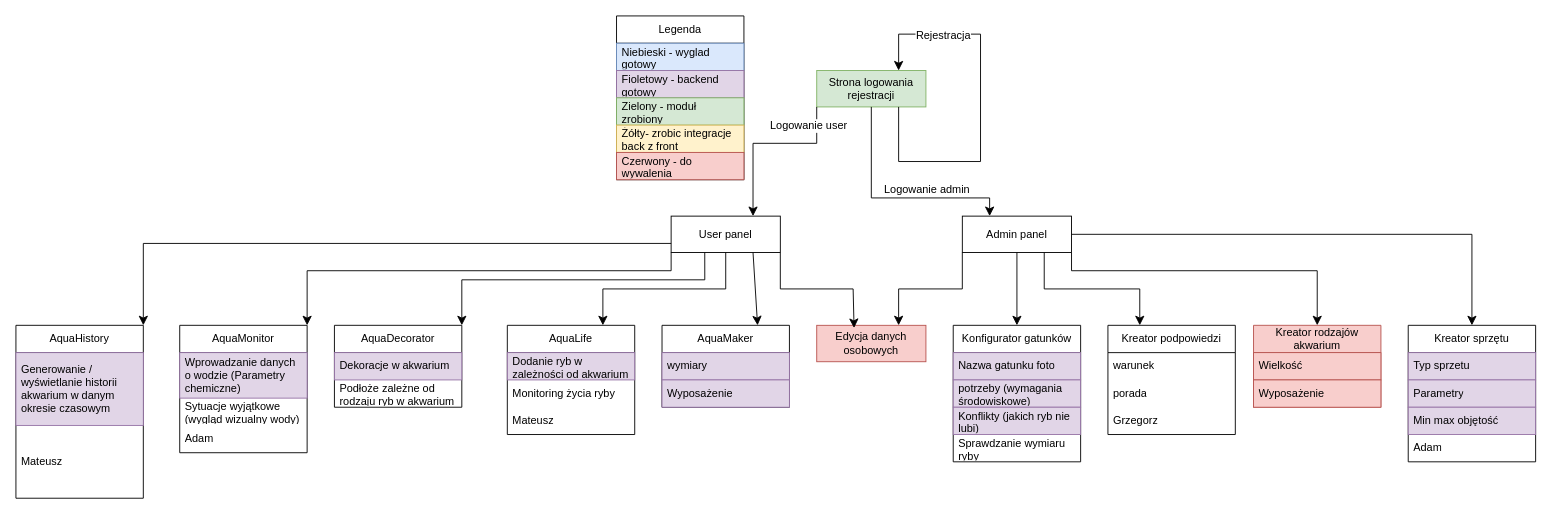
This is Dokumentacja/front flow.drawio from MrGrzesiek/AquaFriends, a draw.io file, before an edit. Source tidied: cells renumbered, new cells numbered last; positions are measured from the earlier drawing's top-left corner, leaving out a move shared by most shapes. Both pictures are drawn from the tidied source at 91%, with x=0, y=0 at pixel (15, 15).
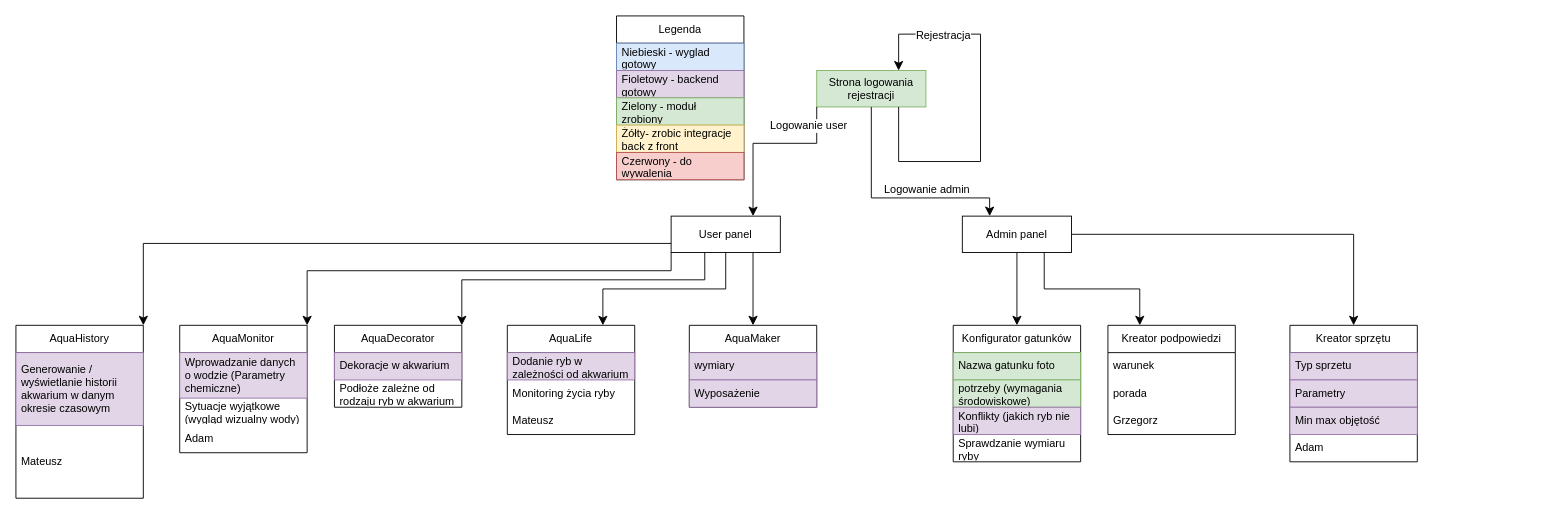
After the change.

The change refers to these unchanged cells:
```xml
<mxCell id="5" value="User panel" style="rounded=0;whiteSpace=wrap;html=1;" parent="1" vertex="1">
  <mxGeometry x="720" y="220" width="120" height="40" as="geometry" />
</mxCell>
<mxCell id="6" value="Admin panel" style="rounded=0;whiteSpace=wrap;html=1;" parent="1" vertex="1">
  <mxGeometry x="1040" y="220" width="120" height="40" as="geometry" />
</mxCell>
<mxCell id="15" value="Konfigurator gatunków" style="swimlane;fontStyle=0;horizontal=1;startSize=30;whiteSpace=wrap;html=1;" parent="1" vertex="1">
  <mxGeometry x="1030" y="340" width="140" height="150" as="geometry" />
</mxCell>
```

Change to the diagram source:
```diff
@@
-    <mxCell id="11" value="Edycja danych osobowych" style="rounded=0;whiteSpace=wrap;html=1;fillColor=#f8cecc;strokeColor=#b85450;" parent="1" vertex="1">
-      <mxGeometry x="880" y="340" width="120" height="40" as="geometry" />
-    </mxCell>
-    <mxCell id="12" style="endArrow=classic;html=1;rounded=0;fontSize=12;startSize=8;endSize=8;exitX=0;exitY=1;exitDx=0;exitDy=0;entryX=0.75;entryY=0;entryDx=0;entryDy=0;" parent="1" edge="1" source="6" target="11">
-      <mxGeometry relative="1" as="geometry">
-        <Array as="points">
-          <mxPoint x="1040" y="300" />
-          <mxPoint x="970" y="300" />
-        </Array>
-      </mxGeometry>
-    </mxCell>
-    <mxCell id="13" style="endArrow=classic;html=1;rounded=0;fontSize=12;startSize=8;endSize=8;exitX=1;exitY=1;exitDx=0;exitDy=0;entryX=0.342;entryY=0.075;entryDx=0;entryDy=0;entryPerimeter=0;" parent="1" edge="1" source="5" target="11">
-      <mxGeometry relative="1" as="geometry">
-        <Array as="points">
-          <mxPoint x="840" y="300" />
-          <mxPoint x="920" y="300" />
-        </Array>
-      </mxGeometry>
-    </mxCell>
@@
-    <mxCell id="16" value="Nazwa gatunku foto" style="text;strokeColor=#9673a6;fillColor=#e1d5e7;align=left;verticalAlign=middle;spacingLeft=4;spacingRight=4;overflow=hidden;whiteSpace=wrap;html=1;" parent="15" vertex="1">
+    <mxCell id="16" value="Nazwa gatunku foto" style="text;strokeColor=#82b366;fillColor=#d5e8d4;align=left;verticalAlign=middle;spacingLeft=4;spacingRight=4;overflow=hidden;whiteSpace=wrap;html=1;" parent="15" vertex="1">
       <mxGeometry y="30" width="140" height="30" as="geometry" />
     </mxCell>
-    <mxCell id="17" value="potrzeby (wymagania środowiskowe)" style="text;strokeColor=#9673a6;fillColor=#e1d5e7;align=left;verticalAlign=middle;spacingLeft=4;spacingRight=4;overflow=hidden;whiteSpace=wrap;html=1;" parent="15" vertex="1">
+    <mxCell id="17" value="potrzeby (wymagania środowiskowe)" style="text;strokeColor=#82b366;fillColor=#d5e8d4;align=left;verticalAlign=middle;spacingLeft=4;spacingRight=4;overflow=hidden;whiteSpace=wrap;html=1;" parent="15" vertex="1">
       <mxGeometry y="60" width="140" height="30" as="geometry" />
     </mxCell>
@@
-    <mxCell id="25" value="Kreator rodzajów akwarium" style="swimlane;fontStyle=0;horizontal=1;startSize=30;whiteSpace=wrap;html=1;fillColor=#f8cecc;strokeColor=#b85450;" parent="1" vertex="1">
-      <mxGeometry x="1360" y="340" width="140" height="90" as="geometry" />
-    </mxCell>
-    <mxCell id="26" value="Wielkość" style="text;strokeColor=#b85450;fillColor=#f8cecc;align=left;verticalAlign=middle;spacingLeft=4;spacingRight=4;overflow=hidden;whiteSpace=wrap;html=1;" parent="25" vertex="1">
-      <mxGeometry y="30" width="140" height="30" as="geometry" />
-    </mxCell>
-    <mxCell id="27" value="Wyposażenie" style="text;strokeColor=#b85450;fillColor=#f8cecc;align=left;verticalAlign=middle;spacingLeft=4;spacingRight=4;overflow=hidden;whiteSpace=wrap;html=1;" parent="25" vertex="1">
-      <mxGeometry y="60" width="140" height="30" as="geometry" />
-    </mxCell>
-    <mxCell id="28" style="endArrow=classic;html=1;rounded=0;fontSize=12;startSize=8;endSize=8;exitX=1;exitY=1;exitDx=0;exitDy=0;entryX=0.5;entryY=0;entryDx=0;entryDy=0;" parent="1" edge="1" source="6" target="25">
-      <mxGeometry relative="1" as="geometry">
-        <Array as="points">
-          <mxPoint x="1160" y="280" />
-          <mxPoint x="1430" y="280" />
-        </Array>
-      </mxGeometry>
-    </mxCell>
     <mxCell id="29" value="AquaMaker" style="swimlane;fontStyle=0;horizontal=1;startSize=30;whiteSpace=wrap;html=1;" parent="1" vertex="1">
-      <mxGeometry x="710" y="340" width="140" height="90" as="geometry" />
+      <mxGeometry x="740" y="340" width="140" height="90" as="geometry" />
     </mxCell>
@@
-    <mxCell id="32" style="endArrow=classic;html=1;rounded=0;fontSize=12;startSize=8;endSize=8;exitX=0.75;exitY=1;exitDx=0;exitDy=0;entryX=0.75;entryY=0;entryDx=0;entryDy=0;" parent="1" edge="1" source="5" target="29">
+    <mxCell id="32" style="endArrow=classic;html=1;rounded=0;fontSize=12;startSize=8;endSize=8;entryX=0.5;entryY=0;entryDx=0;entryDy=0;exitX=0.75;exitY=1;exitDx=0;exitDy=0;" parent="1" edge="1" source="5" target="29">
       <mxGeometry relative="1" as="geometry" />
     </mxCell>
@@
     <mxCell id="57" value="Kreator sprzętu" style="swimlane;fontStyle=0;horizontal=1;startSize=30;whiteSpace=wrap;html=1;" parent="1" vertex="1">
-      <mxGeometry x="1530" y="340" width="140" height="150" as="geometry" />
+      <mxGeometry x="1400" y="340" width="140" height="150" as="geometry" />
     </mxCell>
@@
     <mxCell id="62" style="endArrow=classic;html=1;rounded=0;fontSize=12;startSize=8;endSize=8;curved=0;exitX=1;exitY=0.5;exitDx=0;exitDy=0;entryX=0.5;entryY=0;entryDx=0;entryDy=0;" parent="1" edge="1" source="6" target="57">
       <mxGeometry relative="1" as="geometry">
         <Array as="points">
-          <mxPoint x="1600" y="240" />
+          <mxPoint x="1470" y="240" />
         </Array>
       </mxGeometry>
     </mxCell>
```
